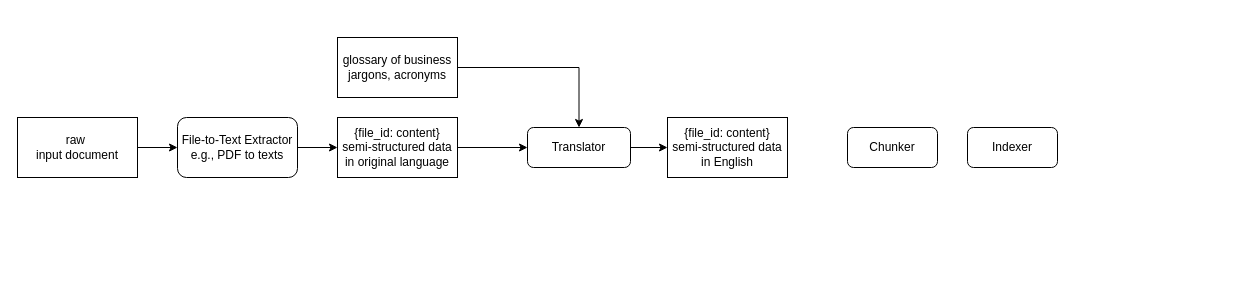
This is page "nea-safety-ie-classification" (1 of 3) of genai-classification.drawio from joshuavaple/draw-io, a draw.io file, before an edit. Source tidied: cells renumbered, new cells numbered last; positions are measured from the earlier drawing's top-left corner, leaving out a move shared by most shapes. Both pictures are drawn from the tidied source at 100%, with x=0, y=0 at pixel (17, 37).
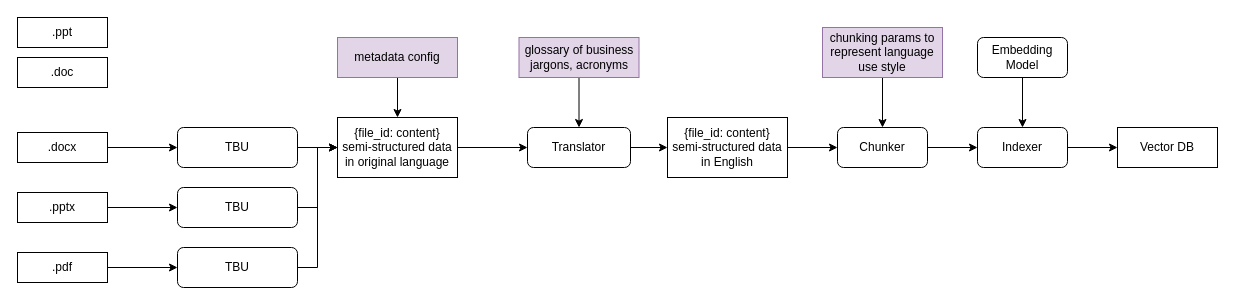
The same diagram, later.

Unchanged cells that the change refers to:
```xml
<mxCell id="7" value="{file_id: content} semi-structured data in original language" style="rounded=0;whiteSpace=wrap;html=1;" parent="1" vertex="1">
  <mxGeometry x="320" y="80" width="120" height="60" as="geometry" />
</mxCell>
<mxCell id="12" value="{file_id: content} semi-structured data in English" style="rounded=0;whiteSpace=wrap;html=1;" parent="1" vertex="1">
  <mxGeometry x="650" y="80" width="120" height="60" as="geometry" />
</mxCell>
```

Diff of the diagram source:
```diff
@@
-    <mxCell id="3" value="raw&amp;nbsp;&lt;div&gt;input document&lt;/div&gt;" style="rounded=0;whiteSpace=wrap;html=1;" parent="1" vertex="1">
-      <mxGeometry y="80" width="120" height="60" as="geometry" />
+    <mxCell id="3" value=".docx" style="rounded=0;whiteSpace=wrap;html=1;" parent="1" vertex="1">
+      <mxGeometry y="95" width="90" height="30" as="geometry" />
     </mxCell>
@@
-    <mxCell id="5" value="File-to-Text Extractor&lt;div&gt;e.g., PDF to texts&lt;/div&gt;" style="rounded=1;whiteSpace=wrap;html=1;" parent="1" vertex="1">
-      <mxGeometry x="160" y="80" width="120" height="60" as="geometry" />
+    <mxCell id="5" value="TBU" style="rounded=1;whiteSpace=wrap;html=1;" parent="1" vertex="1">
+      <mxGeometry x="160" y="90" width="120" height="40" as="geometry" />
     </mxCell>
@@
-    <mxCell id="11" value="glossary of business jargons, acronyms" style="rounded=0;whiteSpace=wrap;html=1;" parent="1" vertex="1">
-      <mxGeometry x="320" width="120" height="60" as="geometry" />
+    <mxCell id="11" value="glossary of business jargons, acronyms" style="rounded=0;whiteSpace=wrap;html=1;fillColor=#e1d5e7;strokeColor=#9673a6;" parent="1" vertex="1">
+      <mxGeometry x="501.5" width="120" height="40" as="geometry" />
     </mxCell>
+    <mxCell id="15" style="edgeStyle=orthogonalEdgeStyle;rounded=0;jettySize=auto;html=1;entryX=0;entryY=0.5;entryDx=0;entryDy=0;" parent="1" edge="1" source="12" target="13">
+      <mxGeometry relative="1" as="geometry" />
+    </mxCell>
@@
+    <mxCell id="16" style="edgeStyle=orthogonalEdgeStyle;rounded=0;jettySize=auto;html=1;" parent="1" edge="1" source="13" target="14">
+      <mxGeometry relative="1" as="geometry" />
+    </mxCell>
     <mxCell id="13" value="Chunker" style="rounded=1;whiteSpace=wrap;html=1;" parent="1" vertex="1">
-      <mxGeometry x="830" y="90" width="90" height="40" as="geometry" />
+      <mxGeometry x="820" y="90" width="90" height="40" as="geometry" />
     </mxCell>
+    <mxCell id="17" style="edgeStyle=orthogonalEdgeStyle;rounded=0;jettySize=auto;html=1;entryX=0;entryY=0.5;entryDx=0;entryDy=0;" parent="1" edge="1" source="14" target="30">
+      <mxGeometry relative="1" as="geometry" />
+    </mxCell>
     <mxCell id="14" value="Indexer" style="rounded=1;whiteSpace=wrap;html=1;" parent="1" vertex="1">
-      <mxGeometry x="950" y="90" width="90" height="40" as="geometry" />
+      <mxGeometry x="960" y="90" width="90" height="40" as="geometry" />
     </mxCell>
+    <mxCell id="18" value=".doc" style="rounded=0;whiteSpace=wrap;html=1;" parent="1" vertex="1">
+      <mxGeometry y="20" width="90" height="30" as="geometry" />
+    </mxCell>
+    <mxCell id="19" style="edgeStyle=orthogonalEdgeStyle;rounded=0;jettySize=auto;html=1;entryX=0;entryY=0.5;entryDx=0;entryDy=0;" parent="1" edge="1" source="20" target="24">
+      <mxGeometry relative="1" as="geometry" />
+    </mxCell>
+    <mxCell id="20" value=".pptx" style="rounded=0;whiteSpace=wrap;html=1;" parent="1" vertex="1">
+      <mxGeometry y="155" width="90" height="30" as="geometry" />
+    </mxCell>
+    <mxCell id="21" style="edgeStyle=orthogonalEdgeStyle;rounded=0;jettySize=auto;html=1;" parent="1" edge="1" source="22" target="26">
+      <mxGeometry relative="1" as="geometry" />
+    </mxCell>
+    <mxCell id="22" value=".pdf" style="rounded=0;whiteSpace=wrap;html=1;" parent="1" vertex="1">
+      <mxGeometry y="215" width="90" height="30" as="geometry" />
+    </mxCell>
+    <mxCell id="23" style="edgeStyle=orthogonalEdgeStyle;rounded=0;jettySize=auto;html=1;entryX=0;entryY=0.5;entryDx=0;entryDy=0;" parent="1" edge="1" source="24" target="7">
+      <mxGeometry relative="1" as="geometry" />
+    </mxCell>
+    <mxCell id="24" value="TBU" style="rounded=1;whiteSpace=wrap;html=1;" parent="1" vertex="1">
+      <mxGeometry x="160" y="150" width="120" height="40" as="geometry" />
+    </mxCell>
+    <mxCell id="25" style="edgeStyle=orthogonalEdgeStyle;rounded=0;jettySize=auto;html=1;entryX=0;entryY=0.5;entryDx=0;entryDy=0;" parent="1" edge="1" source="26" target="7">
+      <mxGeometry relative="1" as="geometry" />
+    </mxCell>
+    <mxCell id="26" value="TBU" style="rounded=1;whiteSpace=wrap;html=1;" parent="1" vertex="1">
+      <mxGeometry x="160" y="210" width="120" height="40" as="geometry" />
+    </mxCell>
+    <mxCell id="27" style="edgeStyle=orthogonalEdgeStyle;rounded=0;jettySize=auto;html=1;entryX=0.5;entryY=0;entryDx=0;entryDy=0;" parent="1" edge="1" source="28" target="7">
+      <mxGeometry relative="1" as="geometry" />
+    </mxCell>
+    <mxCell id="28" value="metadata config" style="rounded=0;whiteSpace=wrap;html=1;fillColor=#e1d5e7;strokeColor=#9673a6;" parent="1" vertex="1">
+      <mxGeometry x="320" width="120" height="40" as="geometry" />
+    </mxCell>
+    <mxCell id="29" value=".ppt" style="rounded=0;whiteSpace=wrap;html=1;" parent="1" vertex="1">
+      <mxGeometry y="-20" width="90" height="30" as="geometry" />
+    </mxCell>
+    <mxCell id="30" value="Vector DB" style="rounded=0;whiteSpace=wrap;html=1;" parent="1" vertex="1">
+      <mxGeometry x="1100" y="90" width="100" height="40" as="geometry" />
+    </mxCell>
+    <mxCell id="31" style="edgeStyle=orthogonalEdgeStyle;rounded=0;jettySize=auto;html=1;entryX=0.5;entryY=0;entryDx=0;entryDy=0;" parent="1" edge="1" source="32" target="13">
+      <mxGeometry relative="1" as="geometry" />
+    </mxCell>
+    <mxCell id="32" value="chunking params to represent language use style" style="rounded=0;whiteSpace=wrap;html=1;fillColor=#e1d5e7;strokeColor=#9673a6;" parent="1" vertex="1">
+      <mxGeometry x="805" y="-10" width="120" height="50" as="geometry" />
+    </mxCell>
+    <mxCell id="33" style="edgeStyle=orthogonalEdgeStyle;rounded=0;jettySize=auto;html=1;" parent="1" edge="1" source="34" target="14">
+      <mxGeometry relative="1" as="geometry" />
+    </mxCell>
+    <mxCell id="34" value="Embedding Model" style="rounded=1;whiteSpace=wrap;html=1;" parent="1" vertex="1">
+      <mxGeometry x="960" width="90" height="40" as="geometry" />
+    </mxCell>
```
